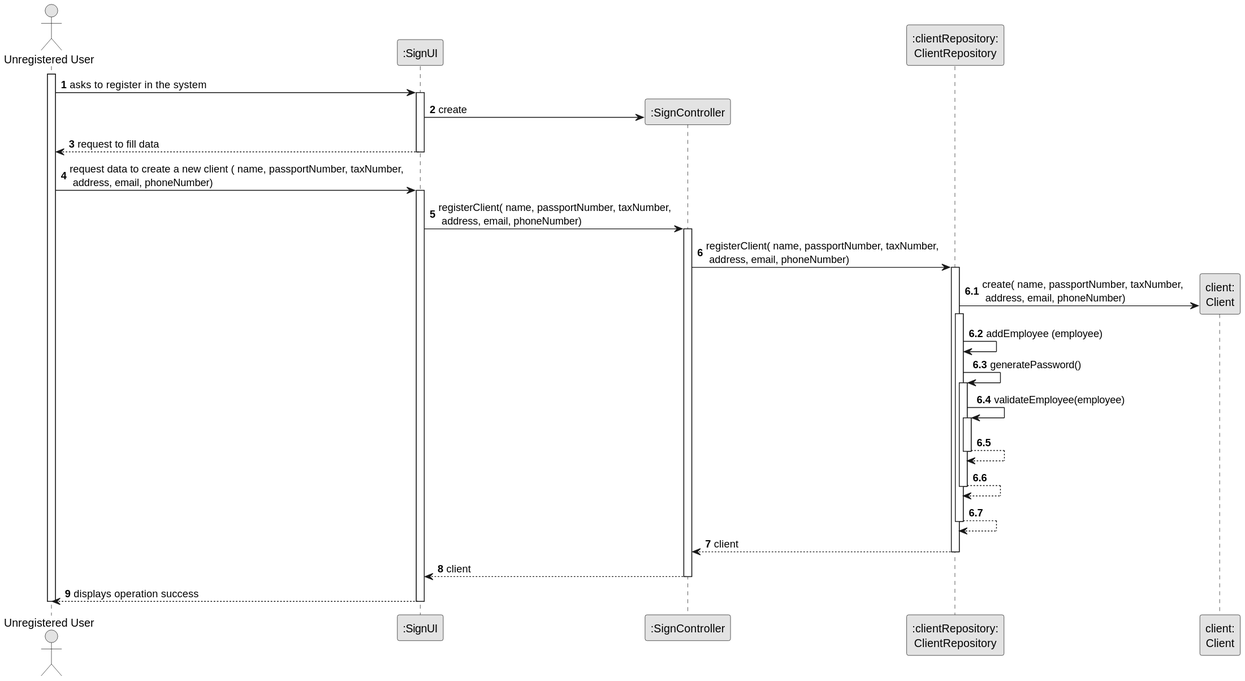
The PlantUML diagram docs/sprintD/us007/03.design/svg/us007-sequence-diagram-full.svg in Shushizinho/RealEstateUSASystem, before a commit. Source of this version:
```plantuml
@startuml
skinparam monochrome true
skinparam packageStyle rectangle
skinparam shadowing false

autonumber

actor "Unregistered User" as UU
participant ":SignUI" as UI
participant ":SignController" as CTRL
participant ":clientRepository:\nClientRepository" as CLR
participant "client:\nClient" as CLIT

activate UU

        UU -> UI : asks to register in the system

        activate UI

            create CTRL
            UI -> CTRL** : create

            deactivate CTRL

            UI --> UU : request to fill data
        deactivate UI


    UU -> UI : request data to create a new client ( name, passportNumber, taxNumber, \n address, email, phoneNumber)
    activate UI

       UI -> CTRL : registerClient( name, passportNumber, taxNumber, \n address, email, phoneNumber)

            activate CTRL

                CTRL -> CLR: registerClient( name, passportNumber, taxNumber, \n address, email, phoneNumber)
                        activate CLR
               autonumber 6.1

                CLR -> CLIT**: create( name, passportNumber, taxNumber, \n address, email, phoneNumber)
                activate CLR

                        CLR -> CLR: addEmployee (employee)

                        CLR -> CLR: generatePassword()

                        activate CLR
                        CLR -> CLR: validateEmployee(employee)
                        activate CLR
                            CLR --> CLR
                        deactivate CLR
                        CLR --> CLR
                    deactivate CLR
                    CLR --> CLR
                deactivate CLR
               autonumber 7


                    CLR --> CTRL: client
                deactivate CLR

            CTRL --> UI: client
            deactivate CTRL
            UI --> UU: displays operation success
    deactivate UI

deactivate UU
@enduml
```
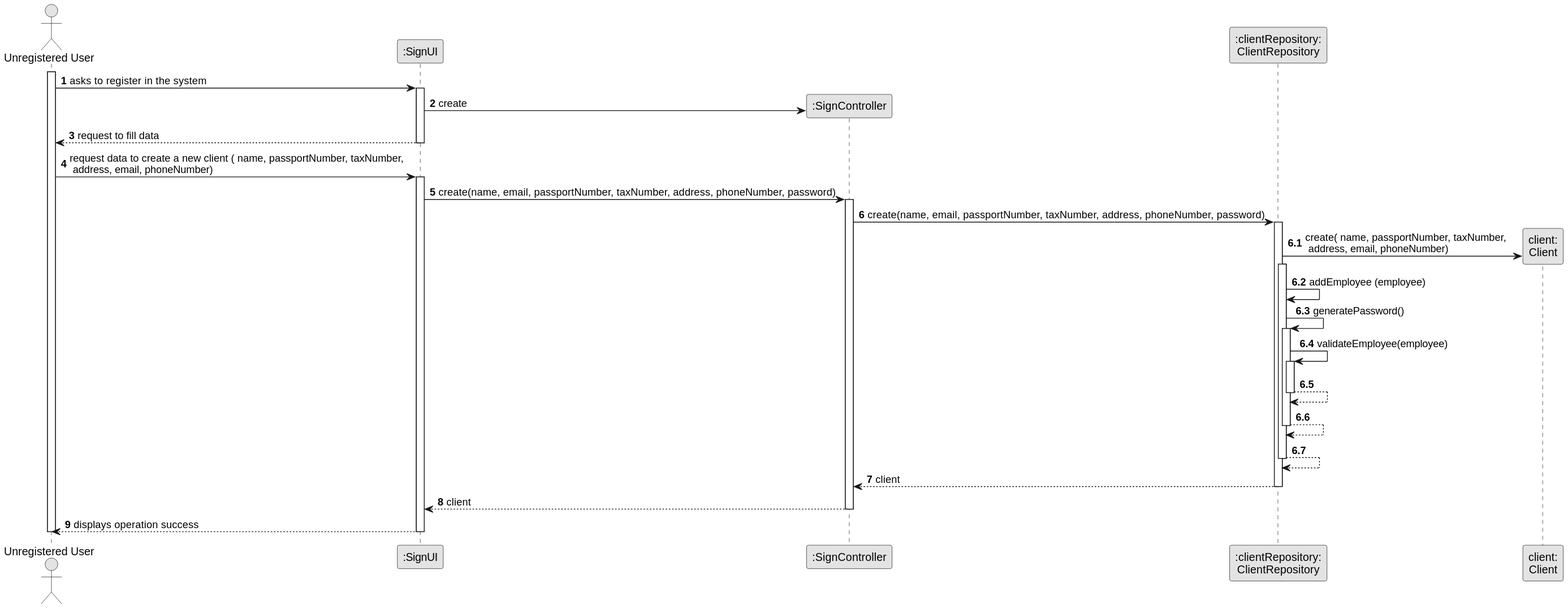
The same file after the commit.

Change to the diagram source:
```diff
@@ -29,11 +29,13 @@
     UU -> UI : request data to create a new client ( name, passportNumber, taxNumber, \n address, email, phoneNumber)
     activate UI
 
-       UI -> CTRL : registerClient( name, passportNumber, taxNumber, \n address, email, phoneNumber)
+       UI -> CTRL : create(name,  email,  passportNumber, taxNumber, address, phoneNumber, password)
+
 
             activate CTRL
 
-                CTRL -> CLR: registerClient( name, passportNumber, taxNumber, \n address, email, phoneNumber)
+                CTRL -> CLR: create(name,  email,  passportNumber, taxNumber, address, phoneNumber, password)
+
                         activate CLR
                autonumber 6.1
 
```
